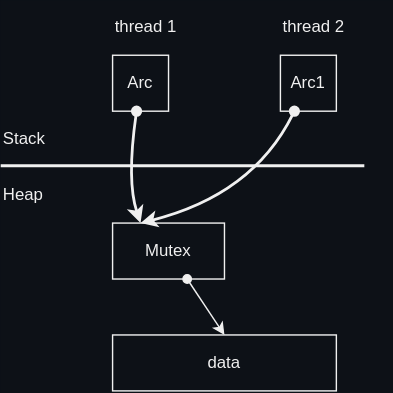
Before: docs/rust/memory_layout/images/atomic_rc.drawio.svg, a diagram exported from draw.io (htgithub194/self-study). Source tidied: cells renumbered, new cells last; positions are measured from the earlier drawing's top-left corner, leaving out a move shared by most shapes.
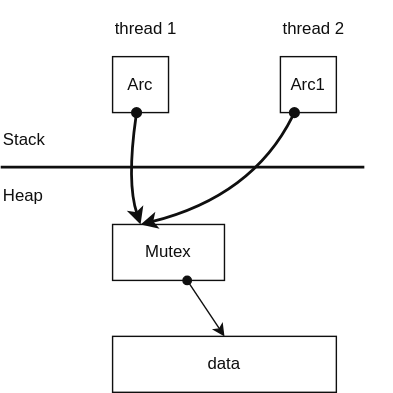
Above is the later version.

Diff of the diagram source:
```diff
@@ -1,49 +1,49 @@
-<mxGraphModel background="#0D1117">
+<mxGraphModel>
   <root>
     <mxCell id="0" />
     <mxCell id="1" parent="0" />
-    <mxCell id="2" value="Stack" style="text;html=1;strokeColor=none;fillColor=none;align=left;verticalAlign=middle;whiteSpace=wrap;rounded=0;fontColor=light-dark(#F0F0F0,#F0F0F0);" parent="1" vertex="1">
+    <mxCell id="2" value="Stack" style="text;html=1;strokeColor=none;fillColor=none;align=left;verticalAlign=middle;whiteSpace=wrap;rounded=0;fontColor=light-dark(#0F0F0F,#F0F0F0);" parent="1" vertex="1">
       <mxGeometry y="80" width="80" height="40" as="geometry" />
     </mxCell>
-    <mxCell id="3" value="Heap" style="text;html=1;strokeColor=none;fillColor=none;align=left;verticalAlign=middle;whiteSpace=wrap;rounded=0;fontColor=light-dark(#F0F0F0,#F0F0F0);" parent="1" vertex="1">
+    <mxCell id="3" value="Heap" style="text;html=1;strokeColor=none;fillColor=none;align=left;verticalAlign=middle;whiteSpace=wrap;rounded=0;fontColor=light-dark(#0F0F0F,#F0F0F0);" parent="1" vertex="1">
       <mxGeometry y="120" width="80" height="40" as="geometry" />
     </mxCell>
-    <mxCell id="4" value="thread 1" style="text;html=1;strokeColor=none;fillColor=none;align=left;verticalAlign=middle;whiteSpace=wrap;rounded=0;fontColor=light-dark(#F0F0F0,#F0F0F0);" parent="1" vertex="1">
+    <mxCell id="4" value="thread 1" style="text;html=1;strokeColor=none;fillColor=none;align=left;verticalAlign=middle;whiteSpace=wrap;rounded=0;fontColor=light-dark(#0F0F0F,#F0F0F0);" parent="1" vertex="1">
       <mxGeometry x="80" width="80" height="40" as="geometry" />
     </mxCell>
-    <mxCell id="5" style="edgeStyle=none;curved=1;html=1;entryX=0.25;entryY=0;entryDx=0;entryDy=0;strokeColor=#F0F0F0;strokeWidth=2;startArrow=oval;startFill=1;targetPerimeterSpacing=10;fontColor=light-dark(#F0F0F0,#F0F0F0);" parent="1" edge="1" source="6" target="8">
+    <mxCell id="5" style="edgeStyle=none;curved=1;html=1;entryX=0.25;entryY=0;entryDx=0;entryDy=0;strokeColor=light-dark(#0F0F0F,#F0F0F0);strokeWidth=2;startArrow=oval;startFill=1;targetPerimeterSpacing=10;fontColor=light-dark(#0F0F0F,#F0F0F0);" parent="1" edge="1" source="6" target="8">
       <mxGeometry relative="1" as="geometry">
         <Array as="points">
           <mxPoint x="90" y="130" />
         </Array>
       </mxGeometry>
     </mxCell>
-    <mxCell id="6" value="Arc" style="rounded=0;whiteSpace=wrap;html=1;flipH=1;flipV=1;fillColor=none;fontColor=light-dark(#F0F0F0,#F0F0F0);strokeColor=#F0F0F0;" parent="1" vertex="1">
+    <mxCell id="6" value="Arc" style="rounded=0;whiteSpace=wrap;html=1;flipH=1;flipV=1;fillColor=none;fontColor=light-dark(#0F0F0F,#F0F0F0);strokeColor=light-dark(#0F0F0F,#F0F0F0);" parent="1" vertex="1">
       <mxGeometry x="80" y="40" width="40" height="40" as="geometry" />
     </mxCell>
-    <mxCell id="7" style="edgeStyle=none;html=1;entryX=0.5;entryY=0;entryDx=0;entryDy=0;strokeColor=#F0F0F0;startArrow=oval;startFill=1;" parent="1" edge="1" source="8" target="12">
+    <mxCell id="7" style="edgeStyle=none;html=1;entryX=0.5;entryY=0;entryDx=0;entryDy=0;strokeColor=light-dark(#0F0F0F,#F0F0F0);startArrow=oval;startFill=1;fontColor=light-dark(#0F0F0F,#F0F0F0);" parent="1" edge="1" source="8" target="12">
       <mxGeometry relative="1" as="geometry" />
     </mxCell>
-    <mxCell id="8" value="Mutex" style="rounded=0;whiteSpace=wrap;html=1;flipH=1;flipV=1;fillColor=none;fontColor=light-dark(#F0F0F0,#F0F0F0);strokeColor=#F0F0F0;" parent="1" vertex="1">
+    <mxCell id="8" value="Mutex" style="rounded=0;whiteSpace=wrap;html=1;flipH=1;flipV=1;fillColor=none;fontColor=light-dark(#0F0F0F,#F0F0F0);strokeColor=light-dark(#0F0F0F,#F0F0F0);" parent="1" vertex="1">
       <mxGeometry x="80" y="160" width="80" height="40" as="geometry" />
     </mxCell>
-    <mxCell id="9" style="edgeStyle=none;curved=1;html=1;entryX=0.25;entryY=0;entryDx=0;entryDy=0;strokeColor=#F0F0F0;strokeWidth=2;startArrow=oval;startFill=1;targetPerimeterSpacing=10;fontColor=light-dark(#F0F0F0,#F0F0F0);" parent="1" edge="1" source="10" target="8">
+    <mxCell id="9" style="edgeStyle=none;curved=1;html=1;entryX=0.25;entryY=0;entryDx=0;entryDy=0;strokeColor=light-dark(#0F0F0F,#F0F0F0);strokeWidth=2;startArrow=oval;startFill=1;targetPerimeterSpacing=10;fontColor=light-dark(#0F0F0F,#F0F0F0);" parent="1" edge="1" source="10" target="8">
       <mxGeometry relative="1" as="geometry">
         <Array as="points">
           <mxPoint x="180" y="140" />
         </Array>
       </mxGeometry>
     </mxCell>
-    <mxCell id="10" value="Arc1" style="rounded=0;whiteSpace=wrap;html=1;flipH=1;flipV=1;fillColor=none;fontColor=light-dark(#F0F0F0,#F0F0F0);strokeColor=#F0F0F0;" parent="1" vertex="1">
+    <mxCell id="10" value="Arc1" style="rounded=0;whiteSpace=wrap;html=1;flipH=1;flipV=1;fillColor=none;fontColor=light-dark(#0F0F0F,#F0F0F0);strokeColor=light-dark(#0F0F0F,#F0F0F0);" parent="1" vertex="1">
       <mxGeometry x="200" y="40" width="40" height="40" as="geometry" />
     </mxCell>
-    <mxCell id="11" value="thread 2" style="text;html=1;strokeColor=none;fillColor=none;align=left;verticalAlign=middle;whiteSpace=wrap;rounded=0;fontColor=light-dark(#F0F0F0,#F0F0F0);" parent="1" vertex="1">
+    <mxCell id="11" value="thread 2" style="text;html=1;strokeColor=none;fillColor=none;align=left;verticalAlign=middle;whiteSpace=wrap;rounded=0;fontColor=light-dark(#0F0F0F,#F0F0F0);" parent="1" vertex="1">
       <mxGeometry x="200" width="80" height="40" as="geometry" />
     </mxCell>
-    <mxCell id="12" value="data" style="rounded=0;whiteSpace=wrap;html=1;flipH=1;flipV=1;fillColor=none;fontColor=light-dark(#F0F0F0,#F0F0F0);strokeColor=#F0F0F0;" parent="1" vertex="1">
+    <mxCell id="12" value="data" style="rounded=0;whiteSpace=wrap;html=1;flipH=1;flipV=1;fillColor=none;fontColor=light-dark(#0F0F0F,#F0F0F0);strokeColor=light-dark(#0F0F0F,#F0F0F0);" parent="1" vertex="1">
       <mxGeometry x="80" y="240" width="160" height="40" as="geometry" />
     </mxCell>
-    <mxCell id="13" style="endArrow=none;html=1;strokeColor=#F0F0F0;strokeWidth=2;fontColor=light-dark(#F0F0F0,#F0F0F0);" parent="1" edge="1">
+    <mxCell id="13" style="endArrow=none;html=1;strokeColor=light-dark(#0F0F0F,#F0F0F0);strokeWidth=2;fontColor=light-dark(#0F0F0F,#F0F0F0);" parent="1" edge="1">
       <mxGeometry relative="1" as="geometry">
         <mxPoint y="119" as="sourcePoint" />
         <mxPoint x="260" y="119" as="targetPoint" />
```
